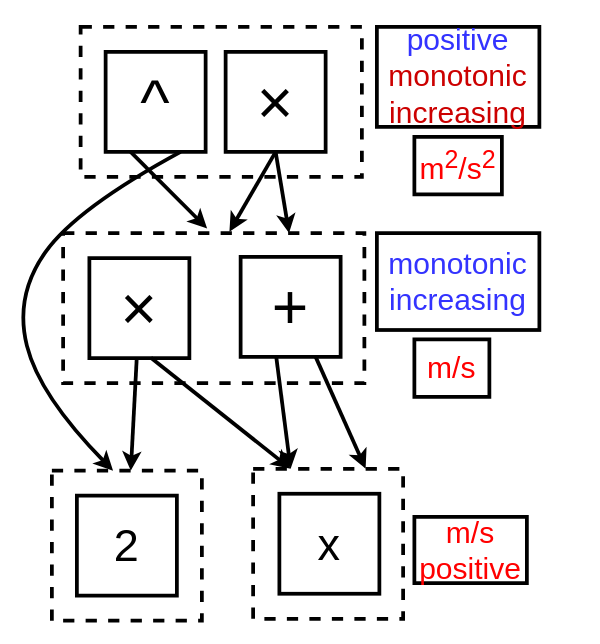
This is page "info" (9 of 17) of draw/egraph_workshop.drawio from folivetti/egraph_slides, a draw.io file, before an edit. Source tidied: cells renumbered, new cells numbered last; positions are measured from the earlier drawing's top-left corner, leaving out a move shared by most shapes. Both pictures are drawn from the tidied source at 125%, with x=0, y=0 at pixel (14, 26).
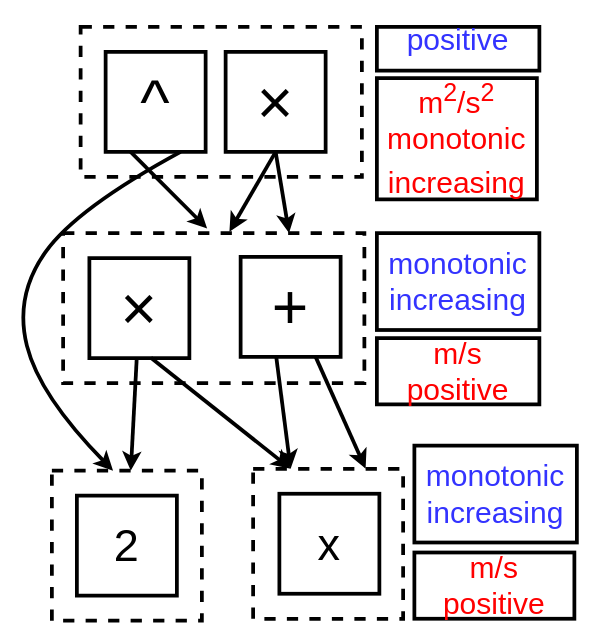
The same page after the edit.

The edit, as a diff of the source:
```diff
@@
-    <mxCell id="17" value="&lt;span style=&quot;font-size: 24px;&quot;&gt;&lt;font style=&quot;color: rgb(51, 51, 255);&quot;&gt;positive&lt;/font&gt;&lt;/span&gt;&lt;div&gt;&lt;span style=&quot;font-size: 24px;&quot;&gt;&lt;font style=&quot;color: rgb(204, 0, 0);&quot;&gt;monotonic increasing&lt;/font&gt;&lt;/span&gt;&lt;/div&gt;" style="rounded=0;whiteSpace=wrap;html=1;strokeColor=light-dark(#000000, #575700);fillColor=none;align=center;strokeWidth=3;" parent="1" vertex="1">
-      <mxGeometry x="290" width="130" height="80" as="geometry" />
+    <mxCell id="17" value="&lt;span style=&quot;font-size: 24px;&quot;&gt;&lt;font style=&quot;color: rgb(51, 51, 255);&quot;&gt;positive&lt;/font&gt;&lt;/span&gt;&lt;div&gt;&lt;br&gt;&lt;/div&gt;" style="rounded=0;whiteSpace=wrap;html=1;strokeColor=light-dark(#000000, #575700);fillColor=none;align=center;strokeWidth=3;" parent="1" vertex="1">
+      <mxGeometry x="290" width="130" height="35" as="geometry" />
     </mxCell>
@@
     <mxCell id="22" value="&lt;span style=&quot;font-size: 24px;&quot;&gt;&lt;font style=&quot;color: light-dark(rgb(255, 0, 0), rgb(168, 168, 255));&quot;&gt;m/s&lt;/font&gt;&lt;/span&gt;&lt;div&gt;&lt;span style=&quot;font-size: 24px;&quot;&gt;&lt;font style=&quot;color: light-dark(rgb(255, 0, 0), rgb(168, 168, 255));&quot;&gt;positive&lt;/font&gt;&lt;/span&gt;&lt;/div&gt;" style="rounded=0;whiteSpace=wrap;html=1;strokeColor=#000000;fillColor=none;align=center;strokeWidth=3;verticalAlign=middle;" parent="1" vertex="1">
-      <mxGeometry x="320" y="392" width="90" height="53" as="geometry" />
+      <mxGeometry x="320" y="420.5" width="128" height="53" as="geometry" />
     </mxCell>
-    <mxCell id="23" value="&lt;span style=&quot;font-size: 24px;&quot;&gt;&lt;font style=&quot;color: light-dark(rgb(255, 0, 0), rgb(168, 168, 255));&quot;&gt;m/s&lt;/font&gt;&lt;/span&gt;" style="rounded=0;whiteSpace=wrap;html=1;strokeColor=#000000;fillColor=none;align=center;strokeWidth=3;verticalAlign=middle;" parent="1" vertex="1">
-      <mxGeometry x="320" y="250" width="60" height="46" as="geometry" />
-    </mxCell>
-    <mxCell id="24" value="&lt;span style=&quot;font-size: 24px;&quot;&gt;&lt;font style=&quot;color: light-dark(rgb(255, 0, 0), rgb(168, 168, 255));&quot;&gt;m&lt;sup&gt;2&lt;/sup&gt;/s&lt;sup&gt;2&lt;/sup&gt;&lt;/font&gt;&lt;/span&gt;" style="rounded=0;whiteSpace=wrap;html=1;strokeColor=#000000;fillColor=none;align=center;strokeWidth=3;verticalAlign=middle;" parent="1" vertex="1">
-      <mxGeometry x="320" y="88" width="70" height="46" as="geometry" />
+    <mxCell id="24" value="&lt;span style=&quot;font-size: 24px;&quot;&gt;&lt;font style=&quot;color: light-dark(rgb(255, 0, 0), rgb(168, 168, 255));&quot;&gt;m&lt;sup&gt;2&lt;/sup&gt;/s&lt;sup&gt;2&lt;/sup&gt;&lt;/font&gt;&lt;/span&gt;&lt;div&gt;&lt;span style=&quot;font-size: 24px;&quot;&gt;&lt;font style=&quot;color: rgb(255, 0, 0);&quot;&gt;monotonic increasing&lt;/font&gt;&lt;/span&gt;&lt;span style=&quot;font-size: 24px;&quot;&gt;&lt;font style=&quot;color: light-dark(rgb(255, 0, 0), rgb(168, 168, 255));&quot;&gt;&lt;sup&gt;&lt;/sup&gt;&lt;/font&gt;&lt;/span&gt;&lt;/div&gt;" style="rounded=0;whiteSpace=wrap;html=1;strokeColor=#000000;fillColor=none;align=center;strokeWidth=3;verticalAlign=middle;" parent="1" vertex="1">
+      <mxGeometry x="290" y="41" width="128" height="97" as="geometry" />
     </mxCell>
+    <mxCell id="25" value="&lt;span style=&quot;color: rgb(51, 51, 255); font-size: 24px;&quot;&gt;monotonic increasing&lt;/span&gt;" style="rounded=0;whiteSpace=wrap;html=1;strokeColor=#000000;fillColor=none;align=center;strokeWidth=3;" parent="1" vertex="1">
+      <mxGeometry x="320" y="335" width="130" height="77.5" as="geometry" />
+    </mxCell>
+    <mxCell id="26" value="&lt;span style=&quot;font-size: 24px;&quot;&gt;&lt;font style=&quot;color: light-dark(rgb(255, 0, 0), rgb(168, 168, 255));&quot;&gt;m/s&lt;/font&gt;&lt;/span&gt;&lt;div&gt;&lt;span style=&quot;font-size: 24px;&quot;&gt;&lt;font style=&quot;color: light-dark(rgb(255, 0, 0), rgb(168, 168, 255));&quot;&gt;positive&lt;/font&gt;&lt;/span&gt;&lt;/div&gt;" style="rounded=0;whiteSpace=wrap;html=1;strokeColor=#000000;fillColor=none;align=center;strokeWidth=3;verticalAlign=middle;" parent="1" vertex="1">
+      <mxGeometry x="290" y="249" width="130" height="53" as="geometry" />
+    </mxCell>
```
